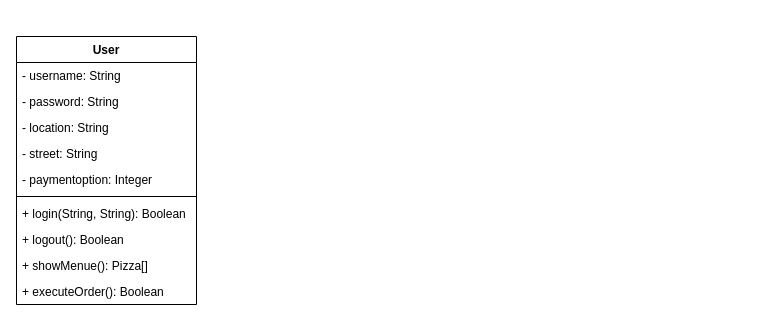
The draw.io diagram Task 1/pizza_class_diagramm.drawio in BlackFox1197/sdi, before the edit. Source tidied: cells renumbered, new cells numbered last; positions are measured from the earlier drawing's top-left corner, leaving out a move shared by most shapes. Both pictures are drawn from the tidied source at 100%, with x=0, y=0 at pixel (16, 36).
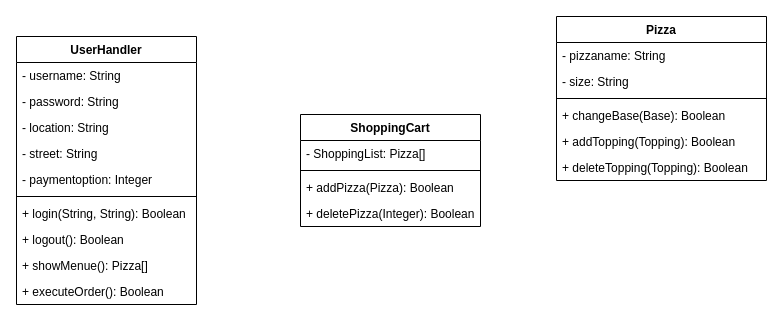
The same diagram, later.

Commit message:
Add ShoppingCart- and Pizza-Classes

Change to the diagram source:
```diff
@@
-    <mxCell id="2" value="User" style="swimlane;fontStyle=1;align=center;verticalAlign=top;horizontal=1;startSize=26;" parent="1" vertex="1">
+    <mxCell id="2" value="UserHandler" style="swimlane;fontStyle=1;align=center;verticalAlign=top;horizontal=1;startSize=26;" parent="1" vertex="1">
       <mxGeometry width="180" height="268" as="geometry" />
     </mxCell>
@@
+    <mxCell id="13" value="ShoppingCart" style="swimlane;fontStyle=1;align=center;verticalAlign=top;horizontal=1;startSize=26;" parent="1" vertex="1">
+      <mxGeometry x="284" y="78" width="180" height="112" as="geometry" />
+    </mxCell>
+    <mxCell id="14" value="- ShoppingList: Pizza[]" style="text;strokeColor=none;fillColor=none;align=left;verticalAlign=top;spacingLeft=4;spacingRight=4;overflow=hidden;" parent="13" vertex="1">
+      <mxGeometry y="26" width="180" height="26" as="geometry" />
+    </mxCell>
+    <mxCell id="15" style="line;strokeWidth=1;fillColor=none;align=left;verticalAlign=middle;spacingTop=-1;spacingLeft=3;spacingRight=3;labelPosition=right;" parent="13" vertex="1">
+      <mxGeometry y="52" width="180" height="8" as="geometry" />
+    </mxCell>
+    <mxCell id="16" value="+ addPizza(Pizza): Boolean" style="text;strokeColor=none;fillColor=none;align=left;verticalAlign=top;spacingLeft=4;spacingRight=4;overflow=hidden;" parent="13" vertex="1">
+      <mxGeometry y="60" width="180" height="26" as="geometry" />
+    </mxCell>
+    <mxCell id="17" value="+ deletePizza(Integer): Boolean" style="text;strokeColor=none;fillColor=none;align=left;verticalAlign=top;spacingLeft=4;spacingRight=4;overflow=hidden;" parent="13" vertex="1">
+      <mxGeometry y="86" width="180" height="26" as="geometry" />
+    </mxCell>
+    <mxCell id="18" value="Pizza" style="swimlane;fontStyle=1;align=center;verticalAlign=top;horizontal=1;startSize=26;" parent="1" vertex="1">
+      <mxGeometry x="540" y="-20" width="210" height="164" as="geometry" />
+    </mxCell>
+    <mxCell id="19" value="- pizzaname: String" style="text;strokeColor=none;fillColor=none;align=left;verticalAlign=top;spacingLeft=4;spacingRight=4;overflow=hidden;" parent="18" vertex="1">
+      <mxGeometry y="26" width="210" height="26" as="geometry" />
+    </mxCell>
+    <mxCell id="20" value="- size: String" style="text;strokeColor=none;fillColor=none;align=left;verticalAlign=top;spacingLeft=4;spacingRight=4;overflow=hidden;" parent="18" vertex="1">
+      <mxGeometry y="52" width="210" height="26" as="geometry" />
+    </mxCell>
+    <mxCell id="21" style="line;strokeWidth=1;fillColor=none;align=left;verticalAlign=middle;spacingTop=-1;spacingLeft=3;spacingRight=3;labelPosition=right;" parent="18" vertex="1">
+      <mxGeometry y="78" width="210" height="8" as="geometry" />
+    </mxCell>
+    <mxCell id="22" value="+ changeBase(Base): Boolean" style="text;strokeColor=none;fillColor=none;align=left;verticalAlign=top;spacingLeft=4;spacingRight=4;overflow=hidden;" parent="18" vertex="1">
+      <mxGeometry y="86" width="210" height="26" as="geometry" />
+    </mxCell>
+    <mxCell id="23" value="+ addTopping(Topping): Boolean" style="text;strokeColor=none;fillColor=none;align=left;verticalAlign=top;spacingLeft=4;spacingRight=4;overflow=hidden;" parent="18" vertex="1">
+      <mxGeometry y="112" width="210" height="26" as="geometry" />
+    </mxCell>
+    <mxCell id="24" value="+ deleteTopping(Topping): Boolean" style="text;strokeColor=none;fillColor=none;align=left;verticalAlign=top;spacingLeft=4;spacingRight=4;overflow=hidden;" parent="18" vertex="1">
+      <mxGeometry y="138" width="210" height="26" as="geometry" />
+    </mxCell>
```
